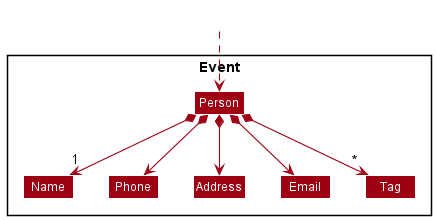
This is docs/images/PersonClassDiagram.png from ryanongra/tp, a PlantUML export, as it was before one commit. The source it was exported from:
```plantuml
@startuml
!include style.puml
skinparam arrowThickness 1.1
skinparam arrowColor MODEL_COLOR
skinparam classBackgroundColor MODEL_COLOR

Package Event <<Rectangle>>{
class Person
class Name
class Phone
class Email
class Address
class Tag
}

Class HiddenOutside #FFFFFF
HiddenOutside ..> Person

Person *--> "1" Name
Person *--> Phone
Person *--> Email
Person *--> Address
Person *--> "*" Tag

Name -[hidden]right-> Phone
Phone -[hidden]right-> Address
Address -[hidden]right-> Email
@enduml
```
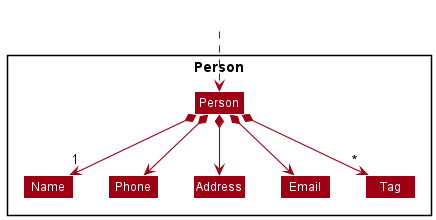
The same diagram one commit later.

Commit message:
Fix PersonClassDiagram documentation bug

The edit, as a diff of the source:
```diff
@@ -4,7 +4,7 @@
 skinparam arrowColor MODEL_COLOR
 skinparam classBackgroundColor MODEL_COLOR
 
-Package Event <<Rectangle>>{
+Package Person <<Rectangle>>{
 class Person
 class Name
 class Phone
```
